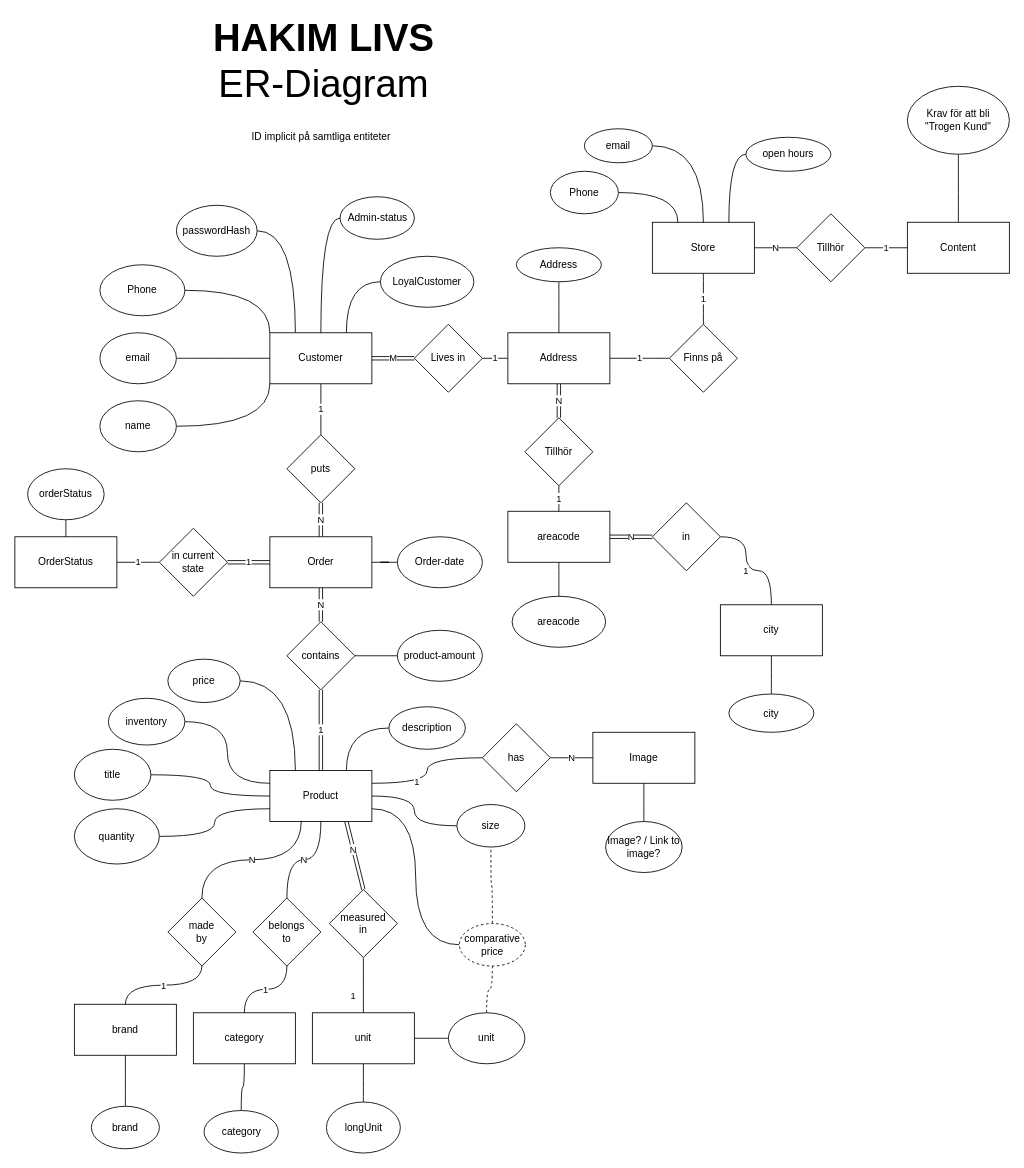
Earlier version of the draw.io diagram database/SQL-ERDiagram210406.drawio (JesperJansson86/WebshopHakimsLivs). Source tidied: cells renumbered, new cells numbered last; positions are measured from the earlier drawing's top-left corner, leaving out a move shared by most shapes. Both pictures are drawn from the tidied source at 85%, with x=0, y=0 at pixel (14, 35).
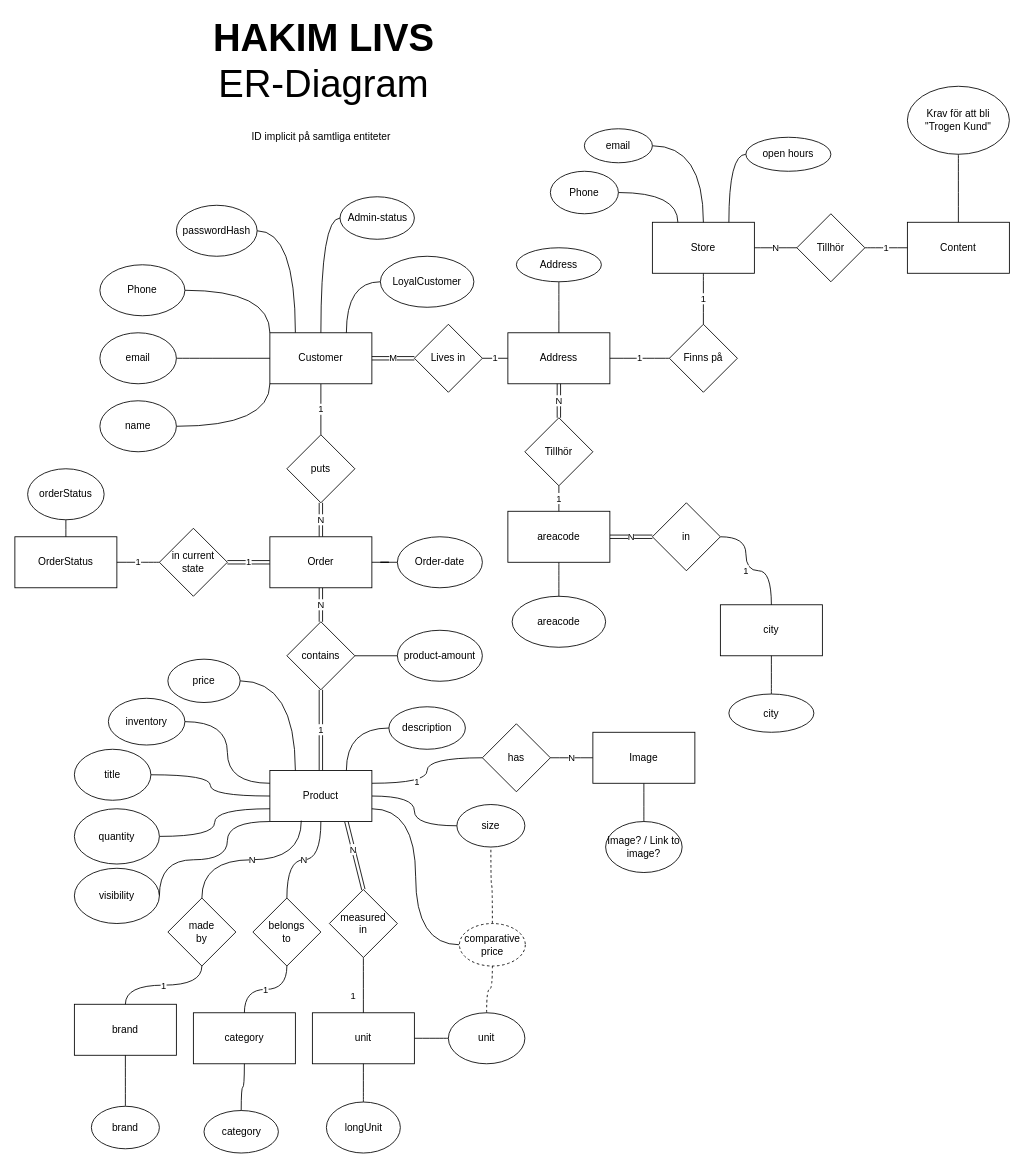
The same diagram, later.

The change refers to these unchanged cells:
```xml
<mxCell id="18" value="Product" style="rounded=0;whiteSpace=wrap;html=1;" parent="1" vertex="1">
  <mxGeometry x="300" y="865" width="120" height="60" as="geometry" />
</mxCell>
```

What changed in the source:
```diff
@@
+    <mxCell id="113" style="edgeStyle=orthogonalEdgeStyle;rounded=0;jettySize=auto;html=1;exitX=0;exitY=1;exitDx=0;exitDy=0;entryX=1;entryY=0.5;entryDx=0;entryDy=0;curved=1;endArrow=none;endFill=0;" parent="1" edge="1" source="18" target="114">
+      <mxGeometry relative="1" as="geometry">
+        <Array as="points">
+          <mxPoint x="250" y="925" />
+          <mxPoint x="250" y="970" />
+          <mxPoint x="170" y="970" />
+        </Array>
+      </mxGeometry>
+    </mxCell>
@@
+    <mxCell id="114" value="visibility" style="ellipse;whiteSpace=wrap;html=1;" parent="1" vertex="1">
+      <mxGeometry x="70" y="980" width="100" height="65" as="geometry" />
+    </mxCell>
```
